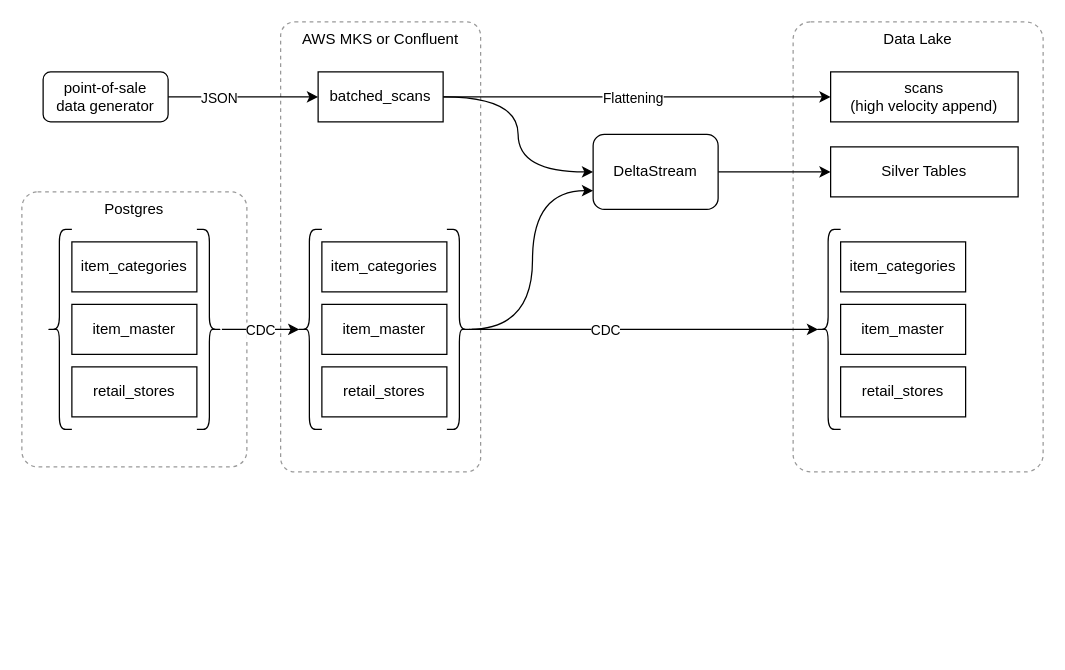
Before: page "All Confluent" (3 of 3) of doc/images/diagrams.drawio in corourke/acme, a draw.io diagram. Source tidied: cells renumbered, new cells numbered last; positions are measured from the earlier drawing's top-left corner, leaving out a move shared by most shapes. Both pictures are drawn from the tidied source at 125%, with x=0, y=0 at pixel (21, 21).
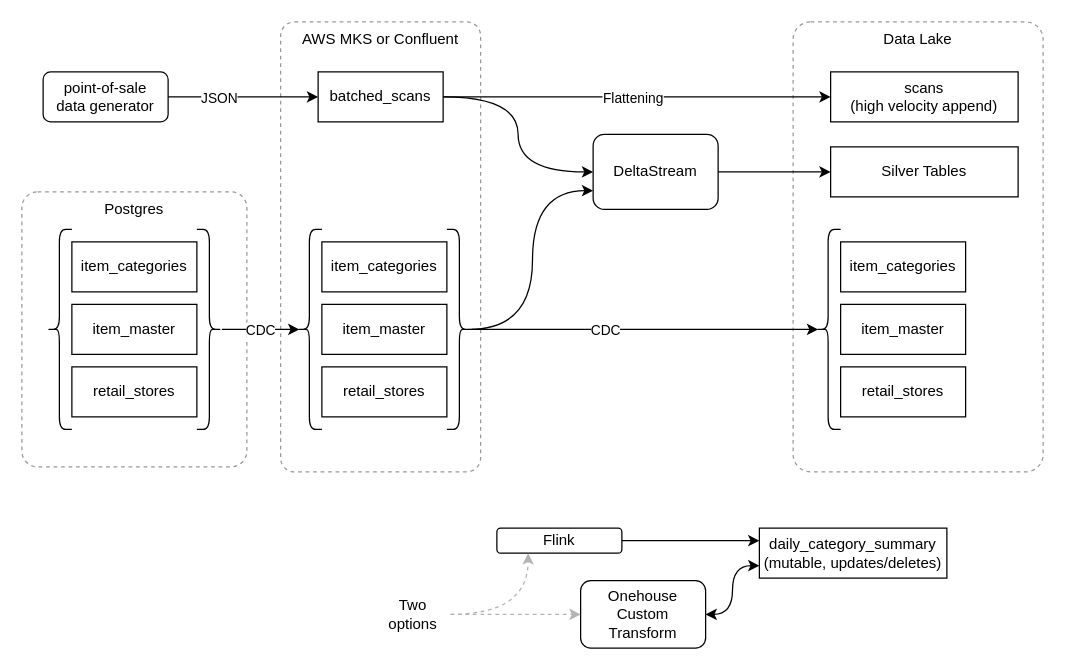
The same diagram, later.

Change to the diagram source:
```diff
@@
+    <mxCell id="35" value="daily_category_summary&lt;br&gt;(mutable, updates/deletes)" style="whiteSpace=wrap;html=1;align=center;" parent="1" vertex="1">
+      <mxGeometry x="590" y="405" width="150" height="40" as="geometry" />
+    </mxCell>
+    <mxCell id="36" style="edgeStyle=orthogonalEdgeStyle;rounded=0;jettySize=auto;html=1;entryX=0;entryY=0.25;entryDx=0;entryDy=0;" parent="1" edge="1" source="37" target="35">
+      <mxGeometry relative="1" as="geometry" />
+    </mxCell>
+    <mxCell id="37" value="Flink" style="whiteSpace=wrap;html=1;align=center;rounded=1;" parent="1" vertex="1">
+      <mxGeometry x="380" y="405" width="100" height="20" as="geometry" />
+    </mxCell>
+    <mxCell id="38" style="edgeStyle=orthogonalEdgeStyle;rounded=0;jettySize=auto;html=1;entryX=0;entryY=0.75;entryDx=0;entryDy=0;curved=1;startArrow=classic;startFill=1;" parent="1" edge="1" source="39" target="35">
+      <mxGeometry relative="1" as="geometry" />
+    </mxCell>
+    <mxCell id="39" value="Onehouse Custom Transform" style="whiteSpace=wrap;html=1;align=center;rounded=1;" parent="1" vertex="1">
+      <mxGeometry x="447" y="447" width="100" height="54" as="geometry" />
+    </mxCell>
+    <mxCell id="40" style="edgeStyle=orthogonalEdgeStyle;rounded=0;jettySize=auto;html=1;entryX=0.25;entryY=1;entryDx=0;entryDy=0;curved=1;dashed=1;strokeColor=#B3B3B3;" parent="1" edge="1" source="42" target="37">
+      <mxGeometry relative="1" as="geometry" />
+    </mxCell>
+    <mxCell id="41" style="edgeStyle=orthogonalEdgeStyle;rounded=0;jettySize=auto;html=1;entryX=0;entryY=0.5;entryDx=0;entryDy=0;curved=1;dashed=1;strokeColor=#B3B3B3;" parent="1" edge="1" source="42" target="39">
+      <mxGeometry relative="1" as="geometry" />
+    </mxCell>
+    <mxCell id="42" value="Two options" style="text;html=1;strokeColor=none;fillColor=none;align=center;verticalAlign=middle;whiteSpace=wrap;rounded=0;" parent="1" vertex="1">
+      <mxGeometry x="283" y="459" width="60" height="30" as="geometry" />
+    </mxCell>
```
